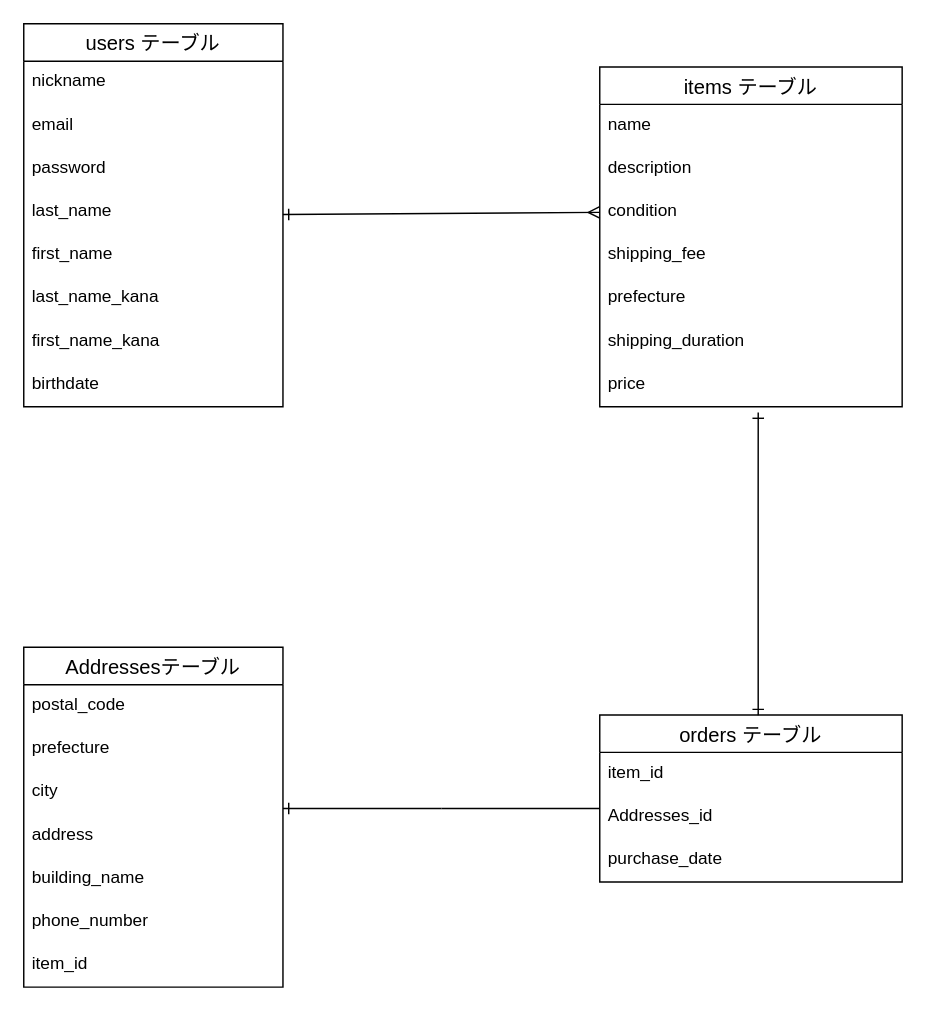
nagiriko/furima-39698 keeps this draw.io diagram as furima.dio. Above is the earlier version. Source tidied: cells renumbered, new cells numbered last; positions are measured from the earlier drawing's top-left corner, leaving out a move shared by most shapes. Both pictures are drawn from the tidied source at 144%, with x=0, y=0 at pixel (23, 23).
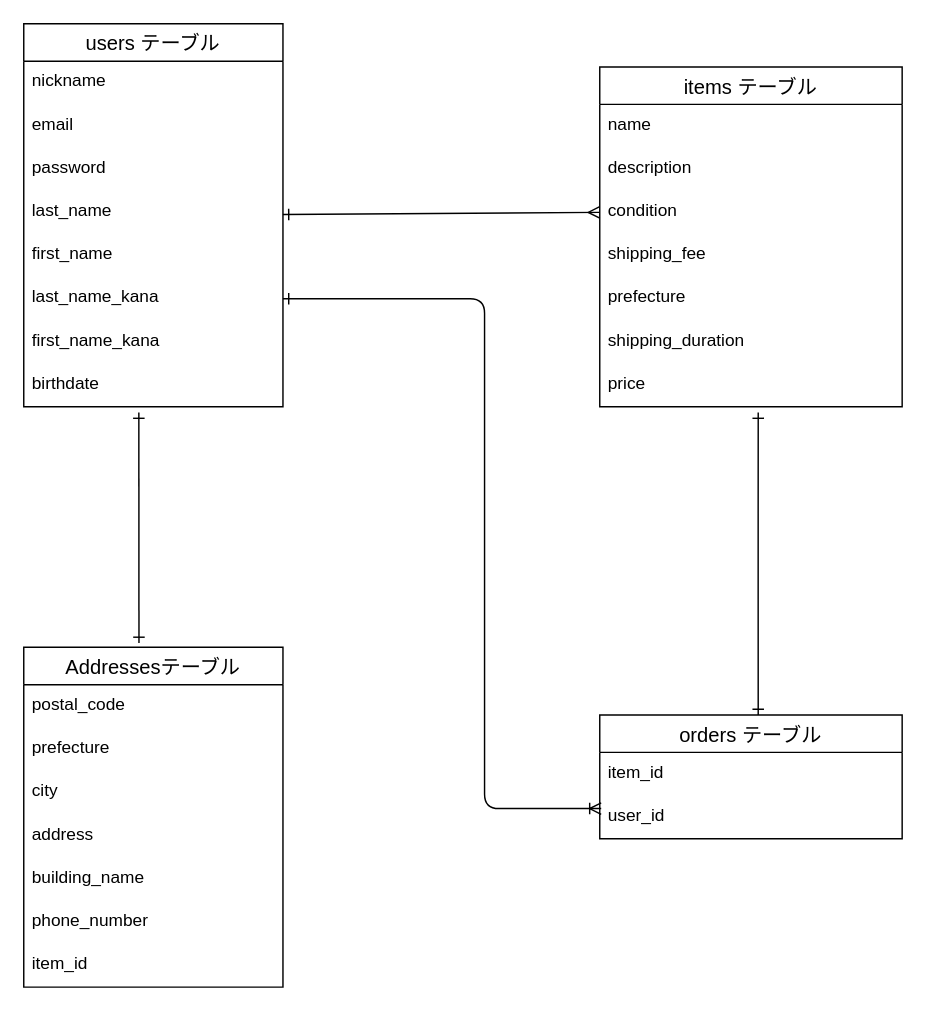
After the change.

Commit message (it also covers changes not shown here):
プルリクエストの修正

The change refers to these unchanged cells:
```xml
<mxCell id="8" value="last_name_kana" style="text;strokeColor=none;fillColor=none;spacingLeft=4;spacingRight=4;overflow=hidden;points=[[0,0.5],[1,0.5]];portConstraint=eastwest;fontSize=12;sketch=0;hachureGap=4;jiggle=2;curveFitting=1;fontFamily=Helvetica;" parent="2" vertex="1">
  <mxGeometry y="176" width="180" height="30" as="geometry" />
</mxCell>
<mxCell id="10" value="birthdate" style="text;strokeColor=none;fillColor=none;spacingLeft=4;spacingRight=4;overflow=hidden;points=[[0,0.5],[1,0.5]];portConstraint=eastwest;fontSize=12;sketch=0;hachureGap=4;jiggle=2;curveFitting=1;fontFamily=Helvetica;" parent="2" vertex="1">
  <mxGeometry y="236" width="180" height="30" as="geometry" />
</mxCell>
```

The edit, as a diff of the source:
```diff
@@
     <mxCell id="19" value="orders テーブル" style="swimlane;fontStyle=0;horizontal=1;startSize=26;align=center;fontSize=14;sketch=0;hachureGap=4;jiggle=2;curveFitting=1;fontFamily=Helvetica;" parent="1" vertex="1">
-      <mxGeometry x="400" y="480" width="210" height="116" as="geometry" />
+      <mxGeometry x="400" y="480" width="210" height="86" as="geometry" />
     </mxCell>
@@
-    <mxCell id="21" value="Addresses_id" style="text;strokeColor=none;fillColor=none;spacingLeft=4;spacingRight=4;overflow=hidden;fontSize=12;sketch=0;hachureGap=4;jiggle=2;curveFitting=1;fontFamily=Helvetica;" parent="19" vertex="1">
-      <mxGeometry y="56" width="210" height="30" as="geometry" />
-    </mxCell>
-    <mxCell id="22" value="purchase_date" style="text;strokeColor=none;fillColor=none;spacingLeft=4;spacingRight=4;overflow=hidden;fontSize=12;sketch=0;hachureGap=4;jiggle=2;curveFitting=1;fontFamily=Helvetica;" parent="19" vertex="1">
-      <mxGeometry y="86" width="210" height="30" as="geometry" />
+    <mxCell id="22" value="user_id" style="text;strokeColor=none;fillColor=none;spacingLeft=4;spacingRight=4;overflow=hidden;fontSize=12;sketch=0;hachureGap=4;jiggle=2;curveFitting=1;fontFamily=Helvetica;" parent="19" vertex="1">
+      <mxGeometry y="56" width="210" height="30" as="geometry" />
     </mxCell>
@@
-    <mxCell id="25" style="edgeStyle=none;hachureGap=4;html=1;fontFamily=Helvetica;fontSize=16;endArrow=ERone;endFill=0;" parent="1" edge="1">
+    <mxCell id="25" style="edgeStyle=none;hachureGap=4;html=1;fontFamily=Helvetica;fontSize=16;endArrow=ERone;endFill=0;exitX=0.005;exitY=0.3;exitDx=0;exitDy=0;exitPerimeter=0;startArrow=ERoneToMany;startFill=0;entryX=1;entryY=0.5;entryDx=0;entryDy=0;" parent="1" edge="1" target="8">
       <mxGeometry relative="1" as="geometry">
-        <mxPoint x="290" y="545" as="sourcePoint" />
-        <mxPoint x="180" y="545" as="targetPoint" />
+        <mxPoint x="401" y="545" as="sourcePoint" />
+        <Array as="points">
+          <mxPoint x="320" y="545" />
+          <mxPoint x="320" y="191" />
+        </Array>
       </mxGeometry>
     </mxCell>
-    <mxCell id="26" style="line;strokeWidth=1;dashed=0;labelPosition=right;align=left;verticalAlign=middle;spacingTop=0;spacingLeft=6;sketch=0;hachureGap=4;jiggle=2;curveFitting=1;fontFamily=Helvetica;fontSize=20;" parent="1" vertex="1">
-      <mxGeometry x="290" y="540" width="110" height="10" as="geometry" />
-    </mxCell>
@@
+    <mxCell id="35" style="endArrow=ERone;html=1;rounded=0;hachureGap=4;fontFamily=Helvetica;fontSize=16;exitX=0.444;exitY=1.133;exitDx=0;exitDy=0;exitPerimeter=0;startArrow=ERone;startFill=0;endFill=0;" parent="1" edge="1" source="10">
+      <mxGeometry relative="1" as="geometry">
+        <mxPoint x="80" y="430" as="targetPoint" />
+      </mxGeometry>
+    </mxCell>
```
